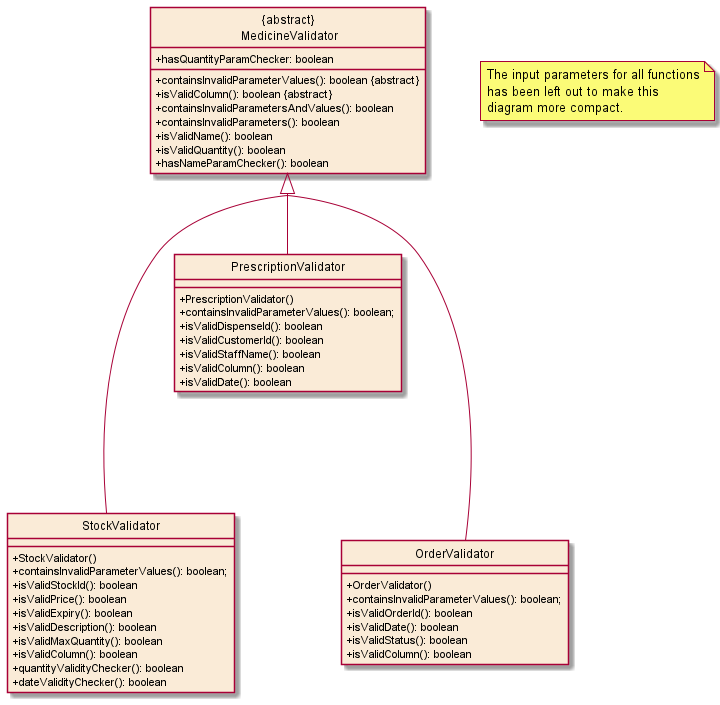
Before: docs/diagrams/diagram_images/ValidatorClassDiagram.png, a diagram exported from PlantUML (nus-cs2113-AY2122S1/tp).
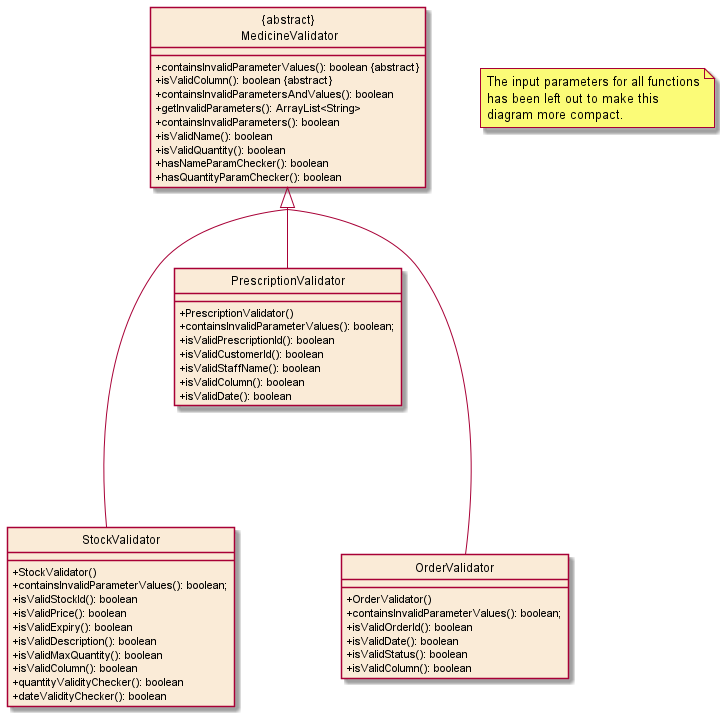
The same diagram one commit later.

Commit message:
Update validator class diagram

The edit, as a diff of the source:
```diff
@@ -11,11 +11,12 @@
     +containsInvalidParameterValues(): boolean &#123;abstract&#125;
     +isValidColumn(): boolean &#123;abstract&#125;
     +containsInvalidParametersAndValues(): boolean
+    +getInvalidParameters(): ArrayList<String>
     +containsInvalidParameters(): boolean
     +isValidName(): boolean
     +isValidQuantity(): boolean
     +hasNameParamChecker(): boolean
-    +hasQuantityParamChecker: boolean
+    +hasQuantityParamChecker(): boolean
 }
 
 class "StockValidator"{
@@ -34,7 +35,7 @@
 class "PrescriptionValidator"{
     +PrescriptionValidator()
     +containsInvalidParameterValues(): boolean;
-    +isValidDispenseId(): boolean
+    +isValidPrescriptionId(): boolean
     +isValidCustomerId(): boolean
     +isValidStaffName(): boolean
     +isValidColumn(): boolean
```
